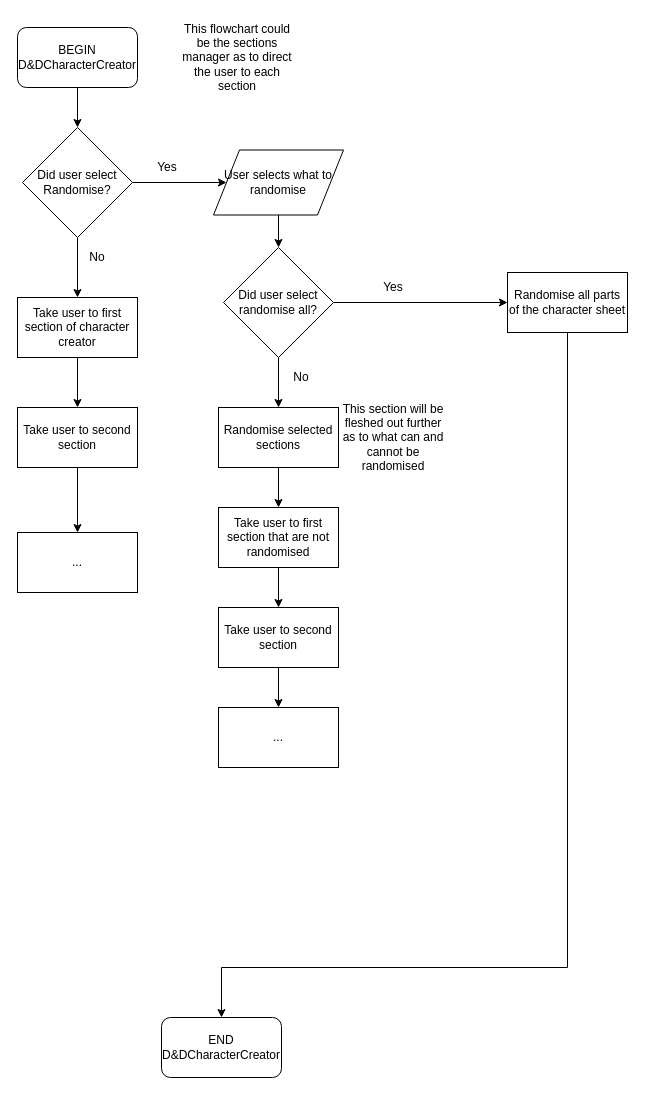
Before: SDD Major/SDDsectionsflowchart.drawio in DrProtato/DnD-Character-Manager, a draw.io diagram. Source tidied: cells renumbered, new cells numbered last; positions are measured from the earlier drawing's top-left corner, leaving out a move shared by most shapes. Both pictures are drawn from the tidied source at 100%, with x=0, y=0 at pixel (17, 17).
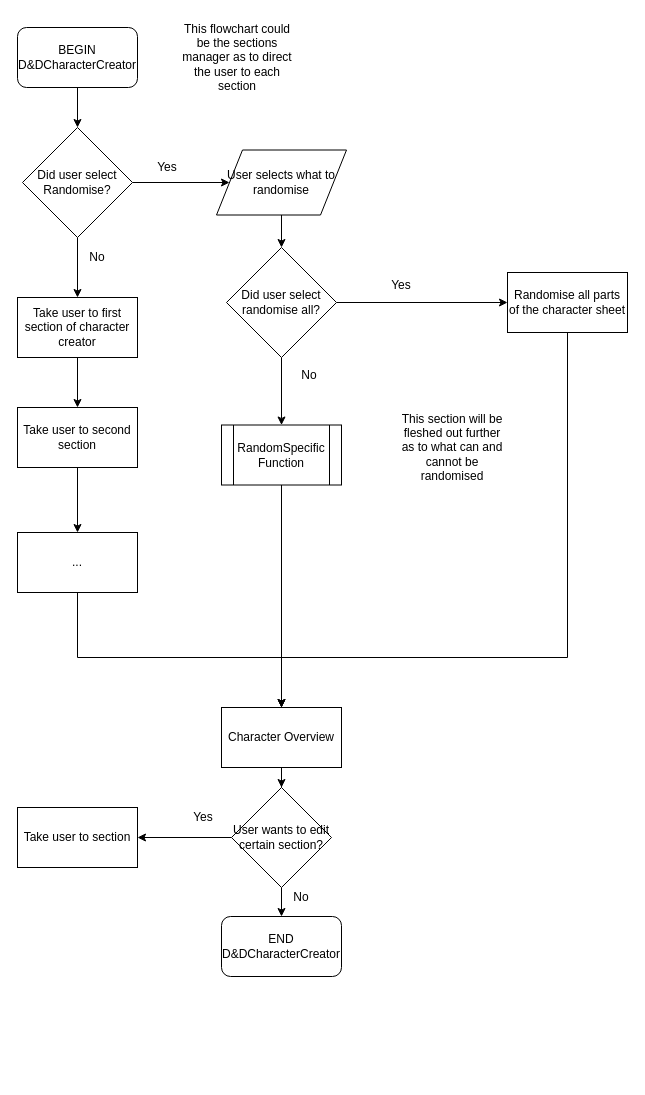
The same diagram, later.

The change refers to these unchanged cells:
```xml
<mxCell id="25" value="Randomise all parts of the character sheet" style="rounded=0;whiteSpace=wrap;html=1;" parent="1" vertex="1">
  <mxGeometry x="490" y="255" width="120" height="60" as="geometry" />
</mxCell>
<mxCell id="32" value="..." style="rounded=0;whiteSpace=wrap;html=1;" parent="1" vertex="1">
  <mxGeometry y="515" width="120" height="60" as="geometry" />
</mxCell>
```

Diff of the diagram source:
```diff
@@
     <mxCell id="8" value="User selects what to randomise" style="shape=parallelogram;perimeter=parallelogramPerimeter;whiteSpace=wrap;html=1;" parent="1" vertex="1">
-      <mxGeometry x="196" y="132.5" width="130" height="65" as="geometry" />
+      <mxGeometry x="199" y="132.5" width="130" height="65" as="geometry" />
     </mxCell>
-    <mxCell id="9" style="edgeStyle=orthogonalEdgeStyle;rounded=0;jettySize=auto;html=1;" parent="1" edge="1" source="10" target="20">
-      <mxGeometry relative="1" as="geometry" />
-    </mxCell>
-    <mxCell id="10" value="Randomise selected sections" style="rounded=0;whiteSpace=wrap;html=1;" parent="1" vertex="1">
-      <mxGeometry x="201" y="390" width="120" height="60" as="geometry" />
-    </mxCell>
@@
     <mxCell id="13" value="This section will be fleshed out further as to what can and cannot be randomised" style="text;html=1;strokeColor=none;fillColor=none;align=center;verticalAlign=middle;whiteSpace=wrap;rounded=0;" parent="1" vertex="1">
-      <mxGeometry x="321" y="350" width="110" height="140" as="geometry" />
+      <mxGeometry x="380" y="360" width="110" height="140" as="geometry" />
     </mxCell>
-    <mxCell id="14" style="edgeStyle=orthogonalEdgeStyle;rounded=0;jettySize=auto;html=1;" parent="1" edge="1" source="16" target="10">
-      <mxGeometry relative="1" as="geometry" />
-    </mxCell>
@@
+    <mxCell id="33" style="edgeStyle=orthogonalEdgeStyle;rounded=0;jettySize=auto;html=1;" parent="1" edge="1" source="16" target="36">
+      <mxGeometry relative="1" as="geometry" />
+    </mxCell>
     <mxCell id="16" value="Did user select randomise all?" style="rhombus;whiteSpace=wrap;html=1;" parent="1" vertex="1">
-      <mxGeometry x="206" y="230" width="110" height="110" as="geometry" />
+      <mxGeometry x="209" y="230" width="110" height="110" as="geometry" />
     </mxCell>
@@
-    <mxCell id="19" style="edgeStyle=orthogonalEdgeStyle;rounded=0;jettySize=auto;html=1;" parent="1" edge="1" source="20" target="22">
-      <mxGeometry relative="1" as="geometry" />
+    <mxCell id="19" style="edgeStyle=orthogonalEdgeStyle;rounded=0;orthogonalLoop=1;jettySize=auto;html=1;" parent="1" edge="1">
+      <mxGeometry relative="1" as="geometry">
+        <mxPoint x="261" y="550" as="sourcePoint" />
+      </mxGeometry>
     </mxCell>
-    <mxCell id="20" value="Take user to first section that are not randomised" style="rounded=0;whiteSpace=wrap;html=1;" parent="1" vertex="1">
-      <mxGeometry x="201" y="490" width="120" height="60" as="geometry" />
-    </mxCell>
-    <mxCell id="21" style="edgeStyle=orthogonalEdgeStyle;rounded=0;jettySize=auto;html=1;" parent="1" edge="1" source="22" target="23">
-      <mxGeometry relative="1" as="geometry" />
-    </mxCell>
-    <mxCell id="22" value="Take user to second section" style="rounded=0;whiteSpace=wrap;html=1;" parent="1" vertex="1">
-      <mxGeometry x="201" y="590" width="120" height="60" as="geometry" />
-    </mxCell>
-    <mxCell id="23" value="..." style="rounded=0;whiteSpace=wrap;html=1;" parent="1" vertex="1">
-      <mxGeometry x="201" y="690" width="120" height="60" as="geometry" />
-    </mxCell>
-    <mxCell id="24" style="edgeStyle=orthogonalEdgeStyle;rounded=0;jettySize=auto;html=1;" parent="1" edge="1" source="25" target="28">
+    <mxCell id="24" style="edgeStyle=orthogonalEdgeStyle;rounded=0;jettySize=auto;html=1;entryX=0.5;entryY=0;entryDx=0;entryDy=0;" parent="1" edge="1" source="25" target="38">
       <mxGeometry relative="1" as="geometry">
         <Array as="points">
-          <mxPoint x="550" y="950" />
-          <mxPoint x="204" y="950" />
+          <mxPoint x="550" y="640" />
+          <mxPoint x="264" y="640" />
         </Array>
       </mxGeometry>
     </mxCell>
@@
     <mxCell id="26" value="Yes" style="text;html=1;strokeColor=none;fillColor=none;align=center;verticalAlign=middle;whiteSpace=wrap;rounded=0;" parent="1" vertex="1">
-      <mxGeometry x="356" y="260" width="40" height="20" as="geometry" />
+      <mxGeometry x="364" y="257.5" width="40" height="20" as="geometry" />
     </mxCell>
     <mxCell id="27" value="No" style="text;html=1;strokeColor=none;fillColor=none;align=center;verticalAlign=middle;whiteSpace=wrap;rounded=0;" parent="1" vertex="1">
-      <mxGeometry x="264" y="350" width="40" height="20" as="geometry" />
+      <mxGeometry x="272" y="347.5" width="40" height="20" as="geometry" />
     </mxCell>
     <mxCell id="28" value="&lt;span&gt;END D&amp;amp;DCharacterCreator&lt;/span&gt;" style="rounded=1;whiteSpace=wrap;html=1;" parent="1" vertex="1">
-      <mxGeometry x="144" y="1000" width="120" height="60" as="geometry" />
+      <mxGeometry x="204" y="899" width="120" height="60" as="geometry" />
     </mxCell>
@@
+    <mxCell id="34" style="edgeStyle=orthogonalEdgeStyle;rounded=0;jettySize=auto;html=1;entryX=0.5;entryY=0;entryDx=0;entryDy=0;" parent="1" edge="1" source="32" target="38">
+      <mxGeometry relative="1" as="geometry">
+        <Array as="points">
+          <mxPoint x="60" y="640" />
+          <mxPoint x="264" y="640" />
+        </Array>
+      </mxGeometry>
+    </mxCell>
@@
+    <mxCell id="35" style="edgeStyle=orthogonalEdgeStyle;rounded=0;jettySize=auto;html=1;entryX=0.5;entryY=0;entryDx=0;entryDy=0;" parent="1" edge="1" source="36" target="38">
+      <mxGeometry relative="1" as="geometry" />
+    </mxCell>
+    <mxCell id="36" value="RandomSpecific&lt;br&gt;Function" style="shape=process;whiteSpace=wrap;html=1;backgroundOutline=1;" parent="1" vertex="1">
+      <mxGeometry x="204" y="407.5" width="120" height="60" as="geometry" />
+    </mxCell>
+    <mxCell id="37" style="edgeStyle=orthogonalEdgeStyle;rounded=0;jettySize=auto;html=1;" parent="1" edge="1" source="38" target="41">
+      <mxGeometry relative="1" as="geometry" />
+    </mxCell>
+    <mxCell id="38" value="Character Overview" style="rounded=0;whiteSpace=wrap;html=1;" parent="1" vertex="1">
+      <mxGeometry x="204" y="690" width="120" height="60" as="geometry" />
+    </mxCell>
+    <mxCell id="39" style="edgeStyle=orthogonalEdgeStyle;rounded=0;jettySize=auto;html=1;" parent="1" edge="1" source="41" target="28">
+      <mxGeometry relative="1" as="geometry" />
+    </mxCell>
+    <mxCell id="40" style="edgeStyle=orthogonalEdgeStyle;rounded=0;jettySize=auto;html=1;entryX=1;entryY=0.5;entryDx=0;entryDy=0;" parent="1" edge="1" source="41" target="44">
+      <mxGeometry relative="1" as="geometry" />
+    </mxCell>
+    <mxCell id="41" value="User wants to edit certain section?" style="rhombus;whiteSpace=wrap;html=1;" parent="1" vertex="1">
+      <mxGeometry x="214" y="770" width="100" height="100" as="geometry" />
+    </mxCell>
+    <mxCell id="42" value="No" style="text;html=1;strokeColor=none;fillColor=none;align=center;verticalAlign=middle;whiteSpace=wrap;rounded=0;" parent="1" vertex="1">
+      <mxGeometry x="264" y="870" width="40" height="20" as="geometry" />
+    </mxCell>
+    <mxCell id="43" value="Yes" style="text;html=1;strokeColor=none;fillColor=none;align=center;verticalAlign=middle;whiteSpace=wrap;rounded=0;" parent="1" vertex="1">
+      <mxGeometry x="166" y="790" width="40" height="20" as="geometry" />
+    </mxCell>
+    <mxCell id="44" value="Take user to section" style="rounded=0;whiteSpace=wrap;html=1;" parent="1" vertex="1">
+      <mxGeometry y="790" width="120" height="60" as="geometry" />
+    </mxCell>
```
